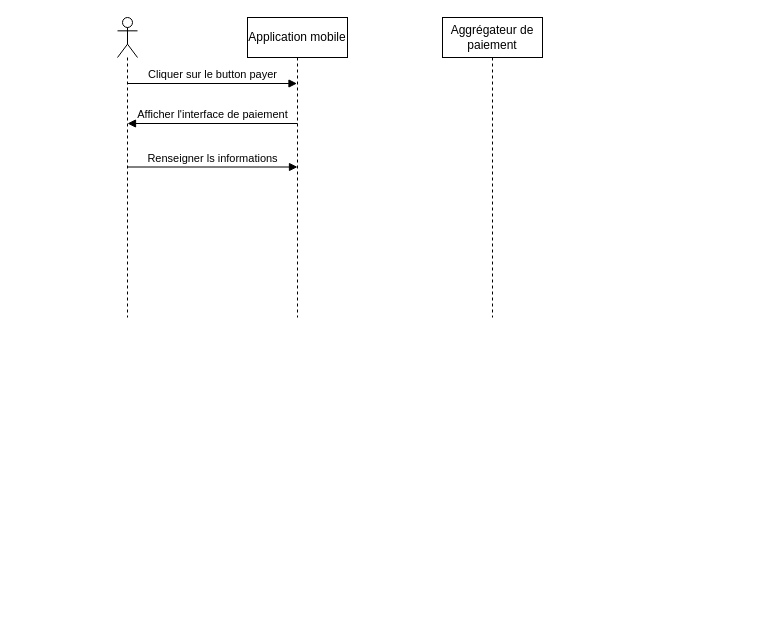
The draw.io diagram page "Diagrame de séquence" (4 of 4) of uml-use_case_diagram.drawio in devalade/ilewemi, before the edit. Source tidied: cells renumbered, new cells numbered last; positions are measured from the earlier drawing's top-left corner, leaving out a move shared by most shapes. Both pictures are drawn from the tidied source at 100%, with x=0, y=0 at pixel (117, 17).
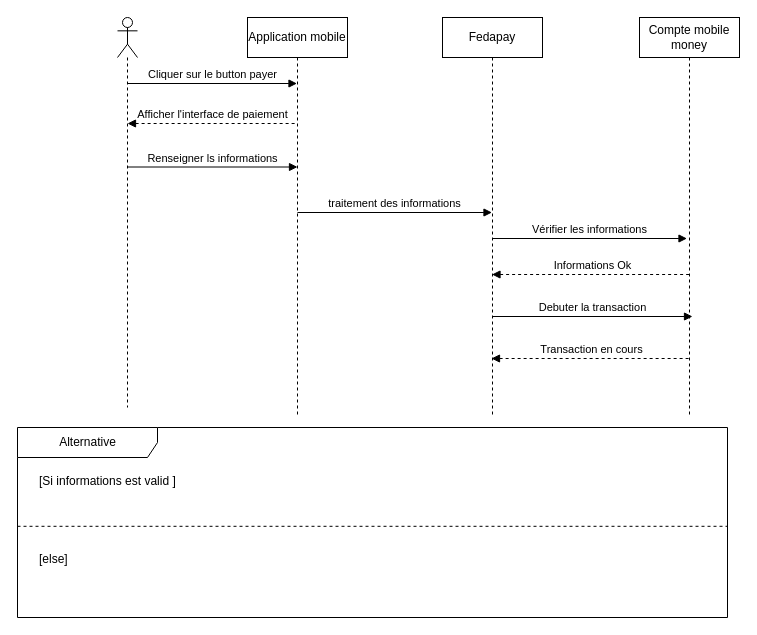
Above is the later version.

Diff of the diagram source:
```diff
@@
     <mxCell id="2" style="shape=umlLifeline;participant=umlActor;perimeter=lifelinePerimeter;whiteSpace=wrap;html=1;verticalAlign=top;spacingTop=36;" parent="1" vertex="1">
-      <mxGeometry width="20" height="300" as="geometry" />
+      <mxGeometry width="20" height="390" as="geometry" />
     </mxCell>
     <mxCell id="3" value="Application mobile" style="shape=umlLifeline;perimeter=lifelinePerimeter;whiteSpace=wrap;html=1;outlineConnect=0;" parent="1" vertex="1">
-      <mxGeometry x="130" width="100" height="300" as="geometry" />
+      <mxGeometry x="130" width="100" height="400" as="geometry" />
     </mxCell>
-    <mxCell id="4" value="Aggrégateur de paiement" style="shape=umlLifeline;perimeter=lifelinePerimeter;whiteSpace=wrap;html=1;" parent="1" vertex="1">
-      <mxGeometry x="325" width="100" height="300" as="geometry" />
+    <mxCell id="4" value="Fedapay" style="shape=umlLifeline;perimeter=lifelinePerimeter;whiteSpace=wrap;html=1;" parent="1" vertex="1">
+      <mxGeometry x="325" width="100" height="400" as="geometry" />
     </mxCell>
+    <mxCell id="8" value="Transaction en cours" style="html=1;verticalAlign=bottom;endArrow=none;startSize=6;endSize=6;startArrow=block;startFill=1;endFill=0;dashed=1;" parent="4" edge="1">
+      <mxGeometry relative="1" as="geometry">
+        <mxPoint x="49" y="341" as="sourcePoint" />
+        <mxPoint x="249" y="341" as="targetPoint" />
+      </mxGeometry>
+    </mxCell>
@@
-    <mxCell id="6" value="Afficher l'interface de paiement" style="html=1;verticalAlign=bottom;endArrow=none;startSize=6;endSize=6;startArrow=block;startFill=1;endFill=0;" parent="1" edge="1">
+    <mxCell id="6" value="Afficher l'interface de paiement" style="html=1;verticalAlign=bottom;endArrow=none;startSize=6;endSize=6;startArrow=block;startFill=1;endFill=0;dashed=1;" parent="1" edge="1">
       <mxGeometry relative="1" as="geometry">
         <mxPoint x="10" y="106" as="sourcePoint" />
         <mxPoint x="180" y="106" as="targetPoint" />
       </mxGeometry>
     </mxCell>
@@
+    <mxCell id="9" value="traitement des informations" style="html=1;verticalAlign=bottom;endArrow=block;startSize=11;endSize=6;" parent="1" edge="1">
+      <mxGeometry relative="1" as="geometry">
+        <mxPoint x="180" y="195" as="sourcePoint" />
+        <mxPoint x="374.5" y="195" as="targetPoint" />
+      </mxGeometry>
+    </mxCell>
+    <mxCell id="10" value="Alternative" style="shape=umlFrame;tabWidth=110;tabHeight=30;tabPosition=left;html=1;boundedLbl=1;labelInHeader=1;width=140;height=30;" parent="1" vertex="1">
+      <mxGeometry x="-100" y="410" width="710" height="190" as="geometry" />
+    </mxCell>
+    <mxCell id="11" value="[Si informations est valid ]" style="text;" parent="10" vertex="1">
+      <mxGeometry width="100" height="20" relative="1" as="geometry">
+        <mxPoint x="20" y="40" as="offset" />
+      </mxGeometry>
+    </mxCell>
+    <mxCell id="12" value="[else]" style="line;strokeWidth=1;dashed=1;labelPosition=center;verticalLabelPosition=bottom;align=left;verticalAlign=top;spacingLeft=20;spacingTop=15;" parent="10" vertex="1">
+      <mxGeometry y="95" width="710" height="7.6" as="geometry" />
+    </mxCell>
+    <mxCell id="13" value="Compte mobile money" style="shape=umlLifeline;perimeter=lifelinePerimeter;whiteSpace=wrap;html=1;" parent="1" vertex="1">
+      <mxGeometry x="522" width="100" height="400" as="geometry" />
+    </mxCell>
+    <mxCell id="14" value="Vérifier les informations" style="html=1;verticalAlign=bottom;endArrow=block;startSize=11;endSize=6;" parent="13" edge="1">
+      <mxGeometry relative="1" as="geometry">
+        <mxPoint x="-147" y="221" as="sourcePoint" />
+        <mxPoint x="47.5" y="221" as="targetPoint" />
+      </mxGeometry>
+    </mxCell>
+    <mxCell id="15" value="Informations Ok" style="html=1;verticalAlign=bottom;endArrow=none;startSize=6;endSize=6;dashed=1;startArrow=block;startFill=1;endFill=0;" parent="13" edge="1">
+      <mxGeometry relative="1" as="geometry">
+        <mxPoint x="-147.5" y="257" as="sourcePoint" />
+        <mxPoint x="52.5" y="257" as="targetPoint" />
+      </mxGeometry>
+    </mxCell>
+    <mxCell id="16" value="Debuter la transaction" style="html=1;verticalAlign=bottom;endArrow=block;startSize=6;endSize=6;startArrow=none;startFill=0;endFill=1;" parent="13" edge="1">
+      <mxGeometry relative="1" as="geometry">
+        <mxPoint x="-147" y="299" as="sourcePoint" />
+        <mxPoint x="53" y="299" as="targetPoint" />
+      </mxGeometry>
+    </mxCell>
```
